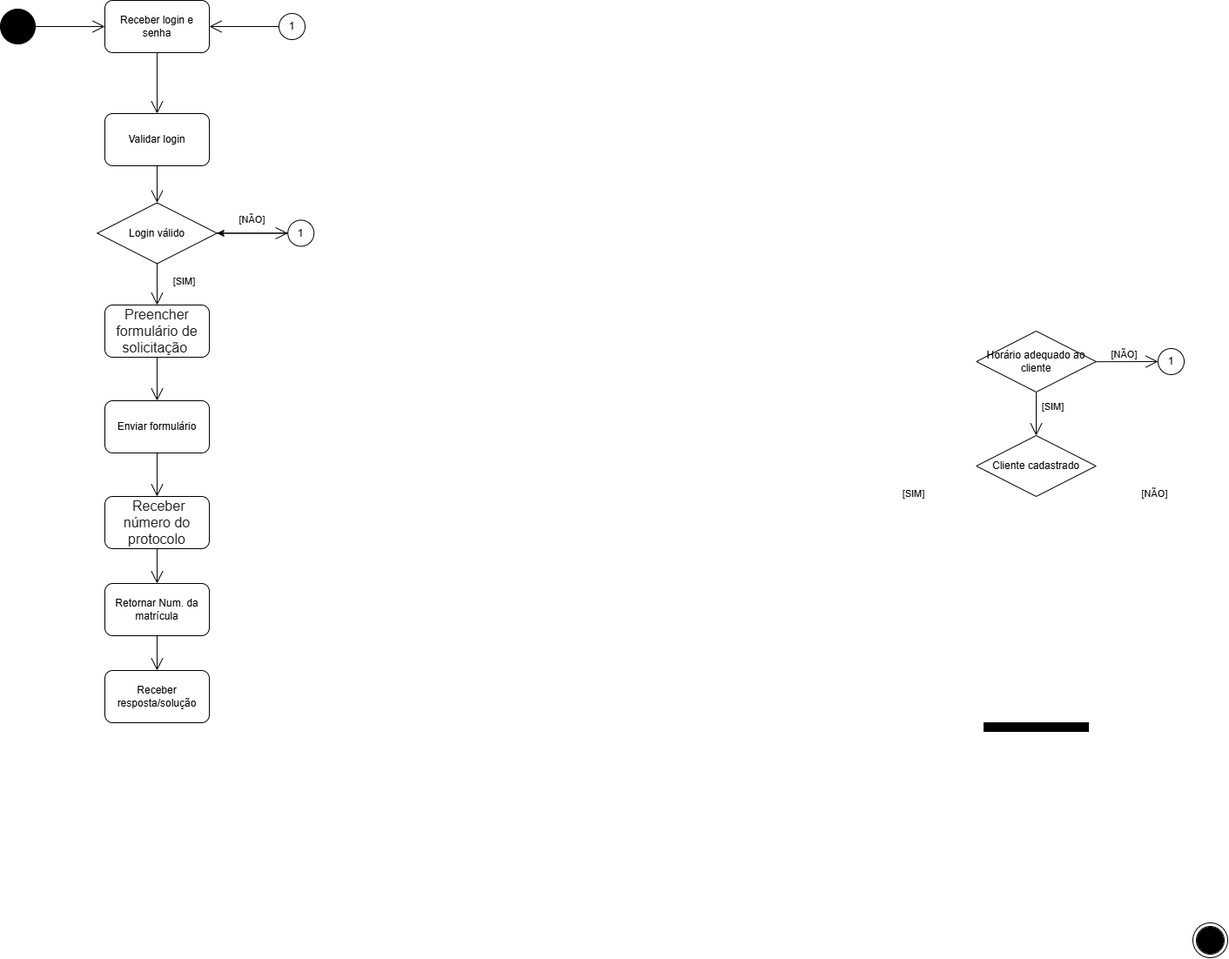
The draw.io diagram APOO/provas/prova01/diagrama_atividade.png in joao-marcos-azvd/Estudos-de-programacao, before a commit. Source tidied: cells renumbered, new cells last; positions are measured from the earlier drawing's top-left corner, leaving out a move shared by most shapes.
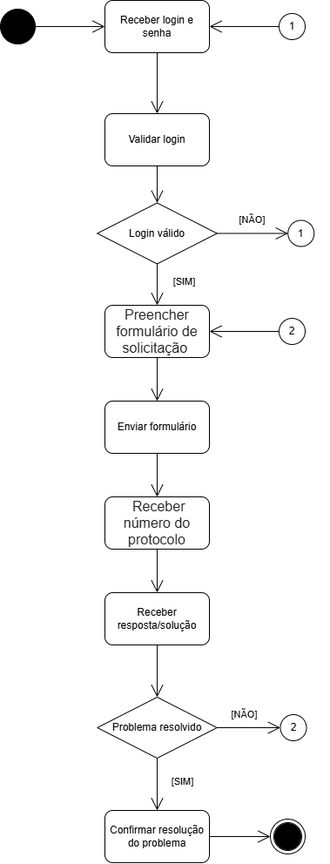
The same file after the commit.

What changed in the source:
```diff
@@ -6,10 +6,10 @@
       <mxGeometry y="10" width="40" height="40" as="geometry" />
     </mxCell>
     <mxCell id="3" style="ellipse;shape=doubleEllipse;whiteSpace=wrap;html=1;" parent="1" vertex="1">
-      <mxGeometry x="1370" y="1060" width="40" height="40" as="geometry" />
+      <mxGeometry x="310" y="940" width="40" height="40" as="geometry" />
     </mxCell>
     <mxCell id="4" style="ellipse;shape=doubleEllipse;whiteSpace=wrap;html=1;fillColor=#000000;" parent="1" vertex="1">
-      <mxGeometry x="1375" y="1065" width="30" height="30" as="geometry" />
+      <mxGeometry x="315" y="945" width="30" height="30" as="geometry" />
     </mxCell>
     <mxCell id="5" style="endArrow=open;endFill=1;endSize=12;html=1;rounded=0;exitX=1;exitY=0.5;exitDx=0;exitDy=0;entryX=0;entryY=0.5;entryDx=0;entryDy=0;" parent="1" edge="1" source="2" target="6">
       <mxGeometry relative="1" as="geometry" />
@@ -42,56 +42,26 @@
     <mxCell id="13" value="&lt;span style=&quot;color: rgb(32, 33, 36); font-family: docs-Roboto, Helvetica, Arial, sans-serif; font-size: 16px; text-align: start; background-color: rgb(255, 255, 255);&quot;&gt;Preencher formulário de solicitação&amp;nbsp;&lt;/span&gt;" style="rounded=1;whiteSpace=wrap;html=1;" parent="1" vertex="1">
       <mxGeometry x="120" y="350" width="120" height="60" as="geometry" />
     </mxCell>
-    <mxCell id="14" style="endArrow=open;endFill=1;endSize=12;html=1;rounded=0;exitX=0.5;exitY=1;exitDx=0;exitDy=0;entryX=0.5;entryY=0;entryDx=0;entryDy=0;" parent="1" edge="1" source="25" target="26">
+    <mxCell id="14" style="endArrow=open;endFill=1;endSize=12;html=1;rounded=0;exitX=0.5;exitY=1;exitDx=0;exitDy=0;entryX=0.5;entryY=0;entryDx=0;entryDy=0;" parent="1" edge="1" source="26" target="44">
       <mxGeometry relative="1" as="geometry" />
     </mxCell>
     <mxCell id="15" style="endArrow=open;endFill=1;endSize=12;html=1;rounded=0;exitX=0.5;exitY=1;exitDx=0;exitDy=0;entryX=0.5;entryY=0;entryDx=0;entryDy=0;" parent="1" edge="1" source="13" target="29">
       <mxGeometry relative="1" as="geometry" />
     </mxCell>
-    <mxCell id="16" value="[SIM]" style="edgeLabel;html=1;align=center;verticalAlign=middle;" parent="1" vertex="1">
-      <mxGeometry x="1220" y="460" as="geometry">
-        <mxPoint x="-12" y="6" as="offset" />
-      </mxGeometry>
-    </mxCell>
-    <mxCell id="17" value="1" style="ellipse;whiteSpace=wrap;html=1;" parent="1" vertex="1">
-      <mxGeometry x="1330" y="400" width="30" height="30" as="geometry" />
-    </mxCell>
-    <mxCell id="18" style="endArrow=open;endFill=1;endSize=12;html=1;rounded=0;entryX=0;entryY=0.5;entryDx=0;entryDy=0;exitX=0.953;exitY=0.503;exitDx=0;exitDy=0;exitPerimeter=0;" parent="1" edge="1" source="25" target="17">
-      <mxGeometry relative="1" as="geometry" />
-    </mxCell>
-    <mxCell id="19" value="[NÃO]" style="edgeLabel;html=1;align=center;verticalAlign=middle;" parent="1" vertex="1">
-      <mxGeometry x="1310" y="410" as="geometry">
-        <mxPoint x="-20" y="-4" as="offset" />
-      </mxGeometry>
-    </mxCell>
     <mxCell id="20" value="1" style="ellipse;whiteSpace=wrap;html=1;" parent="1" vertex="1">
       <mxGeometry x="320" y="15" width="30" height="30" as="geometry" />
     </mxCell>
     <mxCell id="21" style="endArrow=open;endFill=1;endSize=12;html=1;rounded=0;exitX=0;exitY=0.5;exitDx=0;exitDy=0;entryX=1;entryY=0.5;entryDx=0;entryDy=0;" parent="1" edge="1" source="20" target="6">
       <mxGeometry relative="1" as="geometry" />
     </mxCell>
-    <mxCell id="22" style="edgeStyle=orthogonalEdgeStyle;rounded=0;jettySize=auto;html=1;" parent="1" edge="1" source="23" target="7">
-      <mxGeometry relative="1" as="geometry" />
-    </mxCell>
     <mxCell id="23" value="1" style="ellipse;whiteSpace=wrap;html=1;" parent="1" vertex="1">
       <mxGeometry x="330.2" y="252.5" width="30" height="30" as="geometry" />
     </mxCell>
-    <mxCell id="24" style="endArrow=open;endFill=1;endSize=12;html=1;rounded=0;entryX=0;entryY=0.5;entryDx=0;entryDy=0;exitX=1;exitY=0.5;exitDx=0;exitDy=0;" parent="1" edge="1" source="7" target="23">
-      <mxGeometry relative="1" as="geometry" />
-    </mxCell>
-    <mxCell id="25" value="Horário adequado ao cliente" style="rhombus;whiteSpace=wrap;html=1;" parent="1" vertex="1">
-      <mxGeometry x="1121.2" y="380" width="137.5" height="70" as="geometry" />
-    </mxCell>
-    <mxCell id="26" value="Cliente cadastrado" style="rhombus;whiteSpace=wrap;html=1;" parent="1" vertex="1">
-      <mxGeometry x="1121.2" y="500" width="137.5" height="70" as="geometry" />
+    <mxCell id="26" value="Problema resolvido" style="rhombus;whiteSpace=wrap;html=1;" parent="1" vertex="1">
+      <mxGeometry x="111.2" y="800" width="137.5" height="70" as="geometry" />
     </mxCell>
-    <mxCell id="27" value="[NÃO]" style="edgeLabel;html=1;align=center;verticalAlign=middle;" parent="1" vertex="1">
-      <mxGeometry x="1345" y="570" as="geometry">
-        <mxPoint x="-20" y="-4" as="offset" />
-      </mxGeometry>
-    </mxCell>
     <mxCell id="28" value="[SIM]" style="edgeLabel;html=1;align=center;verticalAlign=middle;" parent="1" vertex="1">
-      <mxGeometry x="1060" y="560" as="geometry">
+      <mxGeometry x="220" y="890" as="geometry">
         <mxPoint x="-12" y="6" as="offset" />
       </mxGeometry>
     </mxCell>
@@ -99,28 +69,48 @@
       <mxGeometry x="120" y="460" width="120" height="60" as="geometry" />
     </mxCell>
     <mxCell id="30" value="Receber resposta/solução" style="rounded=1;whiteSpace=wrap;html=1;" parent="1" vertex="1">
-      <mxGeometry x="120" y="770" width="120" height="60" as="geometry" />
+      <mxGeometry x="120" y="680" width="120" height="60" as="geometry" />
     </mxCell>
-    <mxCell id="31" style="verticalLabelPosition=bottom;verticalAlign=top;html=1;shape=mxgraph.basic.rect;fillColor2=none;strokeWidth=1;size=20;indent=5;fillColor=#000000;" parent="1" vertex="1">
-      <mxGeometry x="1130" y="830" width="120" height="10" as="geometry" />
-    </mxCell>
     <mxCell id="32" style="endArrow=open;endFill=1;endSize=12;html=1;rounded=0;entryX=0.5;entryY=0;entryDx=0;entryDy=0;exitX=0.5;exitY=1;exitDx=0;exitDy=0;" parent="1" edge="1" source="29" target="33">
       <mxGeometry relative="1" as="geometry" />
     </mxCell>
     <mxCell id="33" value="&lt;span style=&quot;color: rgb(32, 33, 36); font-family: docs-Roboto, Helvetica, Arial, sans-serif; font-size: 16px; text-align: start; background-color: rgb(255, 255, 255);&quot;&gt;&amp;nbsp;Receber número do protocolo&lt;/span&gt;" style="rounded=1;whiteSpace=wrap;html=1;" parent="1" vertex="1">
       <mxGeometry x="120" y="570" width="120" height="60" as="geometry" />
     </mxCell>
-    <mxCell id="34" value="Retornar Num. da matrícula" style="rounded=1;whiteSpace=wrap;html=1;" parent="1" vertex="1">
-      <mxGeometry x="120" y="670" width="120" height="60" as="geometry" />
-    </mxCell>
-    <mxCell id="35" style="endArrow=open;endFill=1;endSize=12;html=1;rounded=0;exitX=0.5;exitY=1;exitDx=0;exitDy=0;entryX=0.5;entryY=0;entryDx=0;entryDy=0;" parent="1" edge="1" source="33" target="34">
-      <mxGeometry relative="1" as="geometry" />
-    </mxCell>
-    <mxCell id="36" style="endArrow=open;endFill=1;endSize=12;html=1;rounded=0;exitX=0.5;exitY=1;exitDx=0;exitDy=0;entryX=0.5;entryY=0;entryDx=0;entryDy=0;" parent="1" edge="1" source="34" target="30">
+    <mxCell id="36" style="endArrow=open;endFill=1;endSize=12;html=1;rounded=0;exitX=0.5;exitY=1;exitDx=0;exitDy=0;entryX=0.5;entryY=0;entryDx=0;entryDy=0;" parent="1" edge="1" source="33" target="30">
       <mxGeometry relative="1" as="geometry" />
     </mxCell>
     <mxCell id="37" style="endArrow=open;endFill=1;endSize=12;html=1;rounded=0;exitX=0.5;exitY=1;exitDx=0;exitDy=0;entryX=0.5;entryY=0;entryDx=0;entryDy=0;" parent="1" edge="1" source="9" target="7">
       <mxGeometry relative="1" as="geometry" />
     </mxCell>
+    <mxCell id="38" style="endArrow=open;endFill=1;endSize=12;html=1;rounded=0;entryX=0.5;entryY=0;entryDx=0;entryDy=0;exitX=0.5;exitY=1;exitDx=0;exitDy=0;" parent="1" edge="1" source="30" target="26">
+      <mxGeometry relative="1" as="geometry" />
+    </mxCell>
+    <mxCell id="24" style="endArrow=open;endFill=1;endSize=12;html=1;rounded=0;exitX=1;exitY=0.5;exitDx=0;exitDy=0;entryX=0;entryY=0.5;entryDx=0;entryDy=0;" parent="1" edge="1" source="7" target="23">
+      <mxGeometry relative="1" as="geometry" />
+    </mxCell>
+    <mxCell id="39" value="[NÃO]" style="edgeLabel;html=1;align=center;verticalAlign=middle;" parent="1" vertex="1">
+      <mxGeometry x="369" y="820" as="geometry">
+        <mxPoint x="-90" y="-1" as="offset" />
+      </mxGeometry>
+    </mxCell>
+    <mxCell id="40" value="2" style="ellipse;whiteSpace=wrap;html=1;" parent="1" vertex="1">
+      <mxGeometry x="321.5" y="820" width="30" height="30" as="geometry" />
+    </mxCell>
+    <mxCell id="41" style="endArrow=open;endFill=1;endSize=12;html=1;rounded=0;exitX=1;exitY=0.5;exitDx=0;exitDy=0;entryX=0;entryY=0.5;entryDx=0;entryDy=0;" parent="1" edge="1" source="26" target="40">
+      <mxGeometry relative="1" as="geometry" />
+    </mxCell>
+    <mxCell id="42" value="2" style="ellipse;whiteSpace=wrap;html=1;" parent="1" vertex="1">
+      <mxGeometry x="320" y="365" width="30" height="30" as="geometry" />
+    </mxCell>
+    <mxCell id="43" style="endArrow=open;endFill=1;endSize=12;html=1;rounded=0;exitX=0;exitY=0.5;exitDx=0;exitDy=0;entryX=1;entryY=0.5;entryDx=0;entryDy=0;" parent="1" edge="1" source="42" target="13">
+      <mxGeometry relative="1" as="geometry" />
+    </mxCell>
+    <mxCell id="44" value="Confirmar resolução do problema" style="rounded=1;whiteSpace=wrap;html=1;" parent="1" vertex="1">
+      <mxGeometry x="120" y="930" width="120" height="60" as="geometry" />
+    </mxCell>
+    <mxCell id="45" style="endArrow=open;endFill=1;endSize=12;html=1;rounded=0;exitX=1;exitY=0.5;exitDx=0;exitDy=0;entryX=0;entryY=0.5;entryDx=0;entryDy=0;" parent="1" edge="1" source="44" target="3">
+      <mxGeometry relative="1" as="geometry" />
+    </mxCell>
   </root>
 </mxGraphModel>
```
